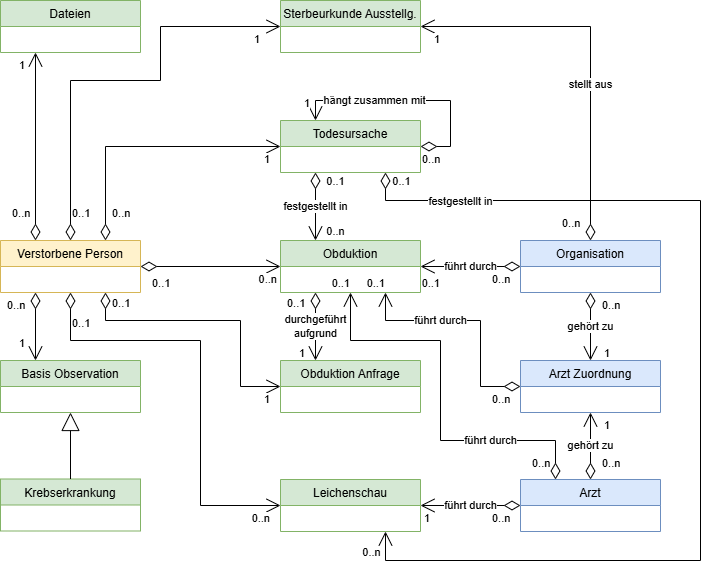
Before: Images/Infomodell.png, a diagram exported from draw.io (gematik/fhir-sterbefall). Source tidied: cells renumbered, new cells last; positions are measured from the earlier drawing's top-left corner, leaving out a move shared by most shapes. The source it was exported from:
```xml
<mxGraphModel>
  <root>
    <mxCell id="0" />
    <mxCell id="1" parent="0" />
    <mxCell id="2" value="Verstorbene Person" style="swimlane;fontStyle=0;horizontal=1;startSize=26;fillColor=#fff2cc;strokeColor=#d6b656;" parent="1" vertex="1">
      <mxGeometry y="240" width="140" height="52" as="geometry" />
    </mxCell>
    <mxCell id="3" style="edgeStyle=orthogonalEdgeStyle;rounded=0;jettySize=auto;html=1;exitX=0.75;exitY=1;exitDx=0;exitDy=0;entryX=0.75;entryY=1;entryDx=0;entryDy=0;startArrow=diamondThin;startFill=0;strokeColor=default;align=center;verticalAlign=middle;fontFamily=Helvetica;fontSize=11;fontColor=default;labelBackgroundColor=default;startSize=14;endArrow=open;endSize=12;" parent="1" edge="1" source="10" target="16">
      <mxGeometry relative="1" as="geometry">
        <Array as="points">
          <mxPoint x="385" y="200" />
          <mxPoint x="700" y="200" />
          <mxPoint x="700" y="560" />
          <mxPoint x="385" y="560" />
        </Array>
      </mxGeometry>
    </mxCell>
    <mxCell id="4" value="festgestellt in" style="edgeLabel;html=1;align=center;verticalAlign=middle;rounded=0;strokeColor=default;fontFamily=Helvetica;fontSize=11;fontColor=default;labelBackgroundColor=default;" parent="3" vertex="1">
      <mxGeometry x="-0.81" y="-3" relative="1" as="geometry">
        <mxPoint y="-3" as="offset" />
      </mxGeometry>
    </mxCell>
    <mxCell id="5" value="0..1" style="edgeLabel;html=1;align=center;verticalAlign=middle;" parent="3" vertex="1">
      <mxGeometry x="-0.97" y="-2" relative="1" as="geometry">
        <mxPoint x="17" y="-8" as="offset" />
      </mxGeometry>
    </mxCell>
    <mxCell id="6" value="0..n" style="edgeLabel;html=1;align=center;verticalAlign=middle;" parent="3" vertex="1">
      <mxGeometry x="0.96" y="2" relative="1" as="geometry">
        <mxPoint x="-13" as="offset" />
      </mxGeometry>
    </mxCell>
    <mxCell id="7" value="festgestellt in" style="edgeStyle=orthogonalEdgeStyle;rounded=0;jettySize=auto;html=1;exitX=0.25;exitY=1;exitDx=0;exitDy=0;entryX=0.25;entryY=0;entryDx=0;entryDy=0;strokeColor=default;align=center;verticalAlign=middle;fontFamily=Helvetica;fontSize=11;fontColor=default;labelBackgroundColor=default;startArrow=diamondThin;startFill=0;startSize=14;endArrow=open;endSize=12;" parent="1" edge="1" source="10" target="15">
      <mxGeometry relative="1" as="geometry" />
    </mxCell>
    <mxCell id="8" value="0..1" style="edgeLabel;html=1;align=center;verticalAlign=middle;" parent="7" vertex="1">
      <mxGeometry x="-0.47" y="-2" relative="1" as="geometry">
        <mxPoint x="21" y="-10" as="offset" />
      </mxGeometry>
    </mxCell>
    <mxCell id="9" value="0..n" style="edgeLabel;html=1;align=center;verticalAlign=middle;" parent="7" vertex="1">
      <mxGeometry x="0.71" y="-4" relative="1" as="geometry">
        <mxPoint x="23" as="offset" />
      </mxGeometry>
    </mxCell>
    <mxCell id="10" value="Todesursache" style="swimlane;fontStyle=0;horizontal=1;startSize=26;fillColor=#d5e8d4;strokeColor=#82b366;" parent="1" vertex="1">
      <mxGeometry x="280" y="120" width="140" height="52" as="geometry" />
    </mxCell>
    <mxCell id="11" value="Sterbeurkunde Ausstellg." style="swimlane;fontStyle=0;horizontal=1;startSize=26;fillColor=#d5e8d4;strokeColor=#82b366;" parent="1" vertex="1">
      <mxGeometry x="280" width="140" height="52" as="geometry" />
    </mxCell>
    <mxCell id="12" value="Organisation" style="swimlane;fontStyle=0;horizontal=1;startSize=26;fillColor=#dae8fc;strokeColor=#6c8ebf;" parent="1" vertex="1">
      <mxGeometry x="520" y="240" width="140" height="52" as="geometry" />
    </mxCell>
    <mxCell id="13" value="Krebserkrankung" style="swimlane;fontStyle=0;horizontal=1;startSize=26;fillColor=#d5e8d4;strokeColor=#82b366;" parent="1" vertex="1">
      <mxGeometry y="478.5" width="140" height="52" as="geometry" />
    </mxCell>
    <mxCell id="14" value="Obduktion Anfrage" style="swimlane;fontStyle=0;horizontal=1;startSize=26;fillColor=#d5e8d4;strokeColor=#82b366;" parent="1" vertex="1">
      <mxGeometry x="280" y="360" width="140" height="52" as="geometry" />
    </mxCell>
    <mxCell id="15" value="Obduktion" style="swimlane;fontStyle=0;horizontal=1;startSize=26;fillColor=#d5e8d4;strokeColor=#82b366;" parent="1" vertex="1">
      <mxGeometry x="280" y="240" width="140" height="52" as="geometry" />
    </mxCell>
    <mxCell id="16" value="Leichenschau" style="swimlane;fontStyle=0;horizontal=1;startSize=26;fillColor=#d5e8d4;strokeColor=#82b366;" parent="1" vertex="1">
      <mxGeometry x="280" y="479" width="140" height="52" as="geometry" />
    </mxCell>
    <mxCell id="17" value="Dateien" style="swimlane;fontStyle=0;horizontal=1;startSize=26;fillColor=#d5e8d4;strokeColor=#82b366;" parent="1" vertex="1">
      <mxGeometry width="140" height="52" as="geometry" />
    </mxCell>
    <mxCell id="18" value="Arzt Zuordnung" style="swimlane;fontStyle=0;horizontal=1;startSize=26;fillColor=#dae8fc;strokeColor=#6c8ebf;" parent="1" vertex="1">
      <mxGeometry x="520" y="360" width="140" height="52" as="geometry" />
    </mxCell>
    <mxCell id="19" value="Basis Observation" style="swimlane;fontStyle=0;horizontal=1;startSize=26;fillColor=#d5e8d4;strokeColor=#82b366;" parent="1" vertex="1">
      <mxGeometry y="360" width="140" height="52" as="geometry" />
    </mxCell>
    <mxCell id="20" value="Arzt" style="swimlane;fontStyle=0;horizontal=1;startSize=26;fillColor=#dae8fc;strokeColor=#6c8ebf;" parent="1" vertex="1">
      <mxGeometry x="520" y="479" width="140" height="52" as="geometry" />
    </mxCell>
    <mxCell id="21" style="endArrow=block;endSize=16;endFill=0;html=1;rounded=0;exitX=0.5;exitY=0;exitDx=0;exitDy=0;entryX=0.5;entryY=1;entryDx=0;entryDy=0;" parent="1" edge="1" source="13" target="19">
      <mxGeometry relative="1" as="geometry" />
    </mxCell>
    <mxCell id="22" style="endArrow=open;html=1;endSize=12;startArrow=diamondThin;startSize=14;startFill=0;edgeStyle=orthogonalEdgeStyle;rounded=0;exitX=0.25;exitY=1;exitDx=0;exitDy=0;entryX=0.25;entryY=0;entryDx=0;entryDy=0;" parent="1" edge="1" source="2" target="19">
      <mxGeometry relative="1" as="geometry" />
    </mxCell>
    <mxCell id="23" value="0..n" style="edgeLabel;html=1;align=left;verticalAlign=top;" parent="22" vertex="1">
      <mxGeometry x="-1" relative="1" as="geometry">
        <mxPoint x="-30" as="offset" />
      </mxGeometry>
    </mxCell>
    <mxCell id="24" value="1" style="edgeLabel;html=1;align=right;verticalAlign=top;" parent="22" vertex="1">
      <mxGeometry x="1" relative="1" as="geometry">
        <mxPoint x="-10" y="-30" as="offset" />
      </mxGeometry>
    </mxCell>
    <mxCell id="25" style="endArrow=open;html=1;endSize=12;startArrow=diamondThin;startSize=14;startFill=0;edgeStyle=orthogonalEdgeStyle;rounded=0;exitX=0.25;exitY=0;exitDx=0;exitDy=0;entryX=0.25;entryY=1;entryDx=0;entryDy=0;" parent="1" edge="1" source="2" target="17">
      <mxGeometry relative="1" as="geometry" />
    </mxCell>
    <mxCell id="26" value="0..n" style="edgeLabel;html=1;align=left;verticalAlign=top;" parent="25" vertex="1">
      <mxGeometry x="-1" relative="1" as="geometry">
        <mxPoint x="-25" y="-40" as="offset" />
      </mxGeometry>
    </mxCell>
    <mxCell id="27" value="1" style="edgeLabel;html=1;align=right;verticalAlign=top;" parent="25" vertex="1">
      <mxGeometry x="1" relative="1" as="geometry">
        <mxPoint x="-10" as="offset" />
      </mxGeometry>
    </mxCell>
    <mxCell id="28" style="endArrow=open;html=1;endSize=12;startArrow=diamondThin;startSize=14;startFill=0;edgeStyle=orthogonalEdgeStyle;rounded=0;exitX=0.5;exitY=0;exitDx=0;exitDy=0;entryX=0;entryY=0.5;entryDx=0;entryDy=0;" parent="1" edge="1" source="2" target="11">
      <mxGeometry relative="1" as="geometry">
        <Array as="points">
          <mxPoint x="70" y="80" />
          <mxPoint x="160" y="80" />
          <mxPoint x="160" y="26" />
        </Array>
      </mxGeometry>
    </mxCell>
    <mxCell id="29" value="0..1" style="edgeLabel;html=1;align=left;verticalAlign=top;" parent="28" vertex="1">
      <mxGeometry x="-1" relative="1" as="geometry">
        <mxPoint y="-40" as="offset" />
      </mxGeometry>
    </mxCell>
    <mxCell id="30" value="1" style="edgeLabel;html=1;align=right;verticalAlign=top;" parent="28" vertex="1">
      <mxGeometry x="1" relative="1" as="geometry">
        <mxPoint x="-20" as="offset" />
      </mxGeometry>
    </mxCell>
    <mxCell id="31" style="endArrow=open;html=1;endSize=12;startArrow=diamondThin;startSize=14;startFill=0;edgeStyle=orthogonalEdgeStyle;rounded=0;entryX=0;entryY=0.5;entryDx=0;entryDy=0;exitX=0.75;exitY=0;exitDx=0;exitDy=0;" parent="1" edge="1" source="2" target="10">
      <mxGeometry relative="1" as="geometry" />
    </mxCell>
    <mxCell id="32" value="0..n" style="edgeLabel;html=1;align=left;verticalAlign=top;" parent="31" vertex="1">
      <mxGeometry x="-1" relative="1" as="geometry">
        <mxPoint x="5" y="-40" as="offset" />
      </mxGeometry>
    </mxCell>
    <mxCell id="33" value="1" style="edgeLabel;html=1;align=right;verticalAlign=top;" parent="31" vertex="1">
      <mxGeometry x="1" relative="1" as="geometry">
        <mxPoint x="-10" as="offset" />
      </mxGeometry>
    </mxCell>
    <mxCell id="34" value="hängt zusammen mit" style="endArrow=open;html=1;endSize=12;startArrow=diamondThin;startSize=14;startFill=0;edgeStyle=orthogonalEdgeStyle;rounded=0;exitX=1;exitY=0.5;exitDx=0;exitDy=0;entryX=0.25;entryY=0;entryDx=0;entryDy=0;" parent="1" edge="1" source="10" target="10">
      <mxGeometry x="0.32" relative="1" as="geometry">
        <Array as="points">
          <mxPoint x="450" y="146" />
          <mxPoint x="450" y="100" />
          <mxPoint x="315" y="100" />
        </Array>
      </mxGeometry>
    </mxCell>
    <mxCell id="35" value="0..n" style="edgeLabel;html=1;align=left;verticalAlign=top;" parent="34" vertex="1">
      <mxGeometry x="-1" relative="1" as="geometry" />
    </mxCell>
    <mxCell id="36" value="1" style="edgeLabel;html=1;align=right;verticalAlign=top;" parent="34" vertex="1">
      <mxGeometry x="1" relative="1" as="geometry">
        <mxPoint x="-5" y="-30" as="offset" />
      </mxGeometry>
    </mxCell>
    <mxCell id="37" style="endArrow=open;html=1;endSize=12;startArrow=diamondThin;startSize=14;startFill=0;edgeStyle=orthogonalEdgeStyle;rounded=0;exitX=0.5;exitY=1;exitDx=0;exitDy=0;entryX=0;entryY=0.5;entryDx=0;entryDy=0;" parent="1" edge="1" source="2" target="16">
      <mxGeometry relative="1" as="geometry">
        <Array as="points">
          <mxPoint x="70" y="340" />
          <mxPoint x="200" y="340" />
          <mxPoint x="200" y="505" />
        </Array>
      </mxGeometry>
    </mxCell>
    <mxCell id="38" value="0..1" style="edgeLabel;html=1;align=left;verticalAlign=top;" parent="37" vertex="1">
      <mxGeometry x="-1" relative="1" as="geometry">
        <mxPoint y="18" as="offset" />
      </mxGeometry>
    </mxCell>
    <mxCell id="39" value="0..n" style="edgeLabel;html=1;align=right;verticalAlign=top;" parent="37" vertex="1">
      <mxGeometry x="1" relative="1" as="geometry">
        <mxPoint x="-10" as="offset" />
      </mxGeometry>
    </mxCell>
    <mxCell id="40" style="endArrow=open;html=1;endSize=12;startArrow=diamondThin;startSize=14;startFill=0;edgeStyle=orthogonalEdgeStyle;rounded=0;entryX=0;entryY=0.5;entryDx=0;entryDy=0;exitX=0.75;exitY=1;exitDx=0;exitDy=0;" parent="1" edge="1" source="2" target="14">
      <mxGeometry relative="1" as="geometry">
        <Array as="points">
          <mxPoint x="105" y="320" />
          <mxPoint x="240" y="320" />
          <mxPoint x="240" y="386" />
        </Array>
      </mxGeometry>
    </mxCell>
    <mxCell id="41" value="0..1" style="edgeLabel;html=1;align=left;verticalAlign=top;" parent="40" vertex="1">
      <mxGeometry x="-1" relative="1" as="geometry">
        <mxPoint x="5" y="-2" as="offset" />
      </mxGeometry>
    </mxCell>
    <mxCell id="42" value="1" style="edgeLabel;html=1;align=right;verticalAlign=top;" parent="40" vertex="1">
      <mxGeometry x="1" relative="1" as="geometry">
        <mxPoint x="-10" as="offset" />
      </mxGeometry>
    </mxCell>
    <mxCell id="43" style="endArrow=open;html=1;endSize=12;startArrow=diamondThin;startSize=14;startFill=0;edgeStyle=orthogonalEdgeStyle;rounded=0;entryX=0;entryY=0.5;entryDx=0;entryDy=0;exitX=1;exitY=0.5;exitDx=0;exitDy=0;" parent="1" edge="1" source="2" target="15">
      <mxGeometry relative="1" as="geometry" />
    </mxCell>
    <mxCell id="44" value="0..1" style="edgeLabel;html=1;align=left;verticalAlign=top;" parent="43" vertex="1">
      <mxGeometry x="-1" relative="1" as="geometry">
        <mxPoint x="10" y="4" as="offset" />
      </mxGeometry>
    </mxCell>
    <mxCell id="45" value="0..n&amp;nbsp;" style="edgeLabel;html=1;align=right;verticalAlign=top;" parent="43" vertex="1">
      <mxGeometry x="1" relative="1" as="geometry" />
    </mxCell>
    <mxCell id="46" value="durchgeführt&lt;br&gt;aufgrund" style="endArrow=open;html=1;endSize=12;startArrow=diamondThin;startSize=14;startFill=0;edgeStyle=orthogonalEdgeStyle;rounded=0;exitX=0.25;exitY=1;exitDx=0;exitDy=0;entryX=0.25;entryY=0;entryDx=0;entryDy=0;" parent="1" edge="1" source="15" target="14">
      <mxGeometry relative="1" as="geometry" />
    </mxCell>
    <mxCell id="47" value="0..1" style="edgeLabel;html=1;align=left;verticalAlign=top;" parent="46" vertex="1">
      <mxGeometry x="-1" relative="1" as="geometry">
        <mxPoint x="-30" y="-2" as="offset" />
      </mxGeometry>
    </mxCell>
    <mxCell id="48" value="1" style="edgeLabel;html=1;align=right;verticalAlign=top;" parent="46" vertex="1">
      <mxGeometry x="1" relative="1" as="geometry">
        <mxPoint x="-10" y="-20" as="offset" />
      </mxGeometry>
    </mxCell>
    <mxCell id="49" value="stellt aus" style="endArrow=open;html=1;endSize=12;startArrow=diamondThin;startSize=14;startFill=0;edgeStyle=orthogonalEdgeStyle;rounded=0;entryX=1;entryY=0.5;entryDx=0;entryDy=0;exitX=0.5;exitY=0;exitDx=0;exitDy=0;" parent="1" edge="1" source="12" target="11">
      <mxGeometry x="-0.19" relative="1" as="geometry" />
    </mxCell>
    <mxCell id="50" value="0..n" style="edgeLabel;html=1;align=left;verticalAlign=top;" parent="49" vertex="1">
      <mxGeometry x="-1" relative="1" as="geometry">
        <mxPoint x="-30" y="-30" as="offset" />
      </mxGeometry>
    </mxCell>
    <mxCell id="51" value="1" style="edgeLabel;html=1;align=right;verticalAlign=top;" parent="49" vertex="1">
      <mxGeometry x="1" relative="1" as="geometry">
        <mxPoint x="20" as="offset" />
      </mxGeometry>
    </mxCell>
    <mxCell id="52" value="führt durch" style="endArrow=open;html=1;endSize=12;startArrow=diamondThin;startSize=14;startFill=0;edgeStyle=orthogonalEdgeStyle;rounded=0;exitX=0;exitY=0.5;exitDx=0;exitDy=0;entryX=1;entryY=0.5;entryDx=0;entryDy=0;" parent="1" edge="1" source="20" target="16">
      <mxGeometry relative="1" as="geometry" />
    </mxCell>
    <mxCell id="53" value="0..n" style="edgeLabel;html=1;align=left;verticalAlign=top;" parent="52" vertex="1">
      <mxGeometry x="-1" relative="1" as="geometry">
        <mxPoint x="-30" as="offset" />
      </mxGeometry>
    </mxCell>
    <mxCell id="54" value="1" style="edgeLabel;html=1;align=right;verticalAlign=top;" parent="52" vertex="1">
      <mxGeometry x="1" relative="1" as="geometry">
        <mxPoint x="10" as="offset" />
      </mxGeometry>
    </mxCell>
    <mxCell id="55" value="führt durch" style="endArrow=open;html=1;endSize=12;startArrow=diamondThin;startSize=14;startFill=0;edgeStyle=orthogonalEdgeStyle;rounded=0;entryX=0.5;entryY=1;entryDx=0;entryDy=0;exitX=0.25;exitY=0;exitDx=0;exitDy=0;" parent="1" edge="1" source="20" target="15">
      <mxGeometry x="-0.47" relative="1" as="geometry">
        <Array as="points">
          <mxPoint x="555" y="440" />
          <mxPoint x="440" y="440" />
          <mxPoint x="440" y="340" />
          <mxPoint x="350" y="340" />
        </Array>
      </mxGeometry>
    </mxCell>
    <mxCell id="56" value="0..n" style="edgeLabel;html=1;align=left;verticalAlign=top;" parent="55" vertex="1">
      <mxGeometry x="-1" relative="1" as="geometry">
        <mxPoint x="-25" y="-29" as="offset" />
      </mxGeometry>
    </mxCell>
    <mxCell id="57" value="0..1" style="edgeLabel;html=1;align=right;verticalAlign=top;" parent="55" vertex="1">
      <mxGeometry x="1" relative="1" as="geometry">
        <mxPoint y="-22" as="offset" />
      </mxGeometry>
    </mxCell>
    <mxCell id="58" value="führt durch" style="endArrow=open;html=1;endSize=12;startArrow=diamondThin;startSize=14;startFill=0;edgeStyle=orthogonalEdgeStyle;rounded=0;exitX=0;exitY=0.5;exitDx=0;exitDy=0;entryX=0.75;entryY=1;entryDx=0;entryDy=0;" parent="1" edge="1" source="18" target="15">
      <mxGeometry x="0.28" relative="1" as="geometry">
        <Array as="points">
          <mxPoint x="480" y="386" />
          <mxPoint x="480" y="320" />
          <mxPoint x="385" y="320" />
        </Array>
      </mxGeometry>
    </mxCell>
    <mxCell id="59" value="0..n" style="edgeLabel;html=1;align=left;verticalAlign=top;" parent="58" vertex="1">
      <mxGeometry x="-1" relative="1" as="geometry">
        <mxPoint x="-30" as="offset" />
      </mxGeometry>
    </mxCell>
    <mxCell id="60" value="0..1" style="edgeLabel;html=1;align=right;verticalAlign=top;" parent="58" vertex="1">
      <mxGeometry x="1" relative="1" as="geometry">
        <mxPoint y="-22" as="offset" />
      </mxGeometry>
    </mxCell>
    <mxCell id="61" value="führt durch" style="endArrow=open;html=1;endSize=12;startArrow=diamondThin;startSize=14;startFill=0;edgeStyle=orthogonalEdgeStyle;rounded=0;exitX=0;exitY=0.5;exitDx=0;exitDy=0;entryX=1;entryY=0.5;entryDx=0;entryDy=0;" parent="1" edge="1" source="12" target="15">
      <mxGeometry relative="1" as="geometry" />
    </mxCell>
    <mxCell id="62" value="0..n" style="edgeLabel;html=1;align=left;verticalAlign=top;" parent="61" vertex="1">
      <mxGeometry x="-1" relative="1" as="geometry">
        <mxPoint x="-30" as="offset" />
      </mxGeometry>
    </mxCell>
    <mxCell id="63" value="0..1" style="edgeLabel;html=1;align=right;verticalAlign=top;" parent="61" vertex="1">
      <mxGeometry x="1" relative="1" as="geometry">
        <mxPoint x="20" y="4" as="offset" />
      </mxGeometry>
    </mxCell>
    <mxCell id="64" value="gehört zu" style="endArrow=open;html=1;endSize=12;startArrow=diamondThin;startSize=14;startFill=0;edgeStyle=orthogonalEdgeStyle;rounded=0;exitX=0.5;exitY=1;exitDx=0;exitDy=0;entryX=0.5;entryY=0;entryDx=0;entryDy=0;" parent="1" edge="1" source="12" target="18">
      <mxGeometry relative="1" as="geometry" />
    </mxCell>
    <mxCell id="65" value="0..n" style="edgeLabel;html=1;align=left;verticalAlign=top;" parent="64" vertex="1">
      <mxGeometry x="-1" relative="1" as="geometry">
        <mxPoint x="10" as="offset" />
      </mxGeometry>
    </mxCell>
    <mxCell id="66" value="1" style="edgeLabel;html=1;align=right;verticalAlign=top;" parent="64" vertex="1">
      <mxGeometry x="1" relative="1" as="geometry">
        <mxPoint x="20" y="-20" as="offset" />
      </mxGeometry>
    </mxCell>
    <mxCell id="67" value="gehört zu" style="endArrow=open;html=1;endSize=12;startArrow=diamondThin;startSize=14;startFill=0;edgeStyle=orthogonalEdgeStyle;rounded=0;exitX=0.5;exitY=0;exitDx=0;exitDy=0;entryX=0.5;entryY=1;entryDx=0;entryDy=0;" parent="1" edge="1" source="20" target="18">
      <mxGeometry relative="1" as="geometry" />
    </mxCell>
    <mxCell id="68" value="0..n" style="edgeLabel;html=1;align=left;verticalAlign=top;" parent="67" vertex="1">
      <mxGeometry x="-1" relative="1" as="geometry">
        <mxPoint x="10" y="-29" as="offset" />
      </mxGeometry>
    </mxCell>
    <mxCell id="69" value="1" style="edgeLabel;html=1;align=right;verticalAlign=top;" parent="67" vertex="1">
      <mxGeometry x="1" relative="1" as="geometry">
        <mxPoint x="20" as="offset" />
      </mxGeometry>
    </mxCell>
  </root>
</mxGraphModel>
```
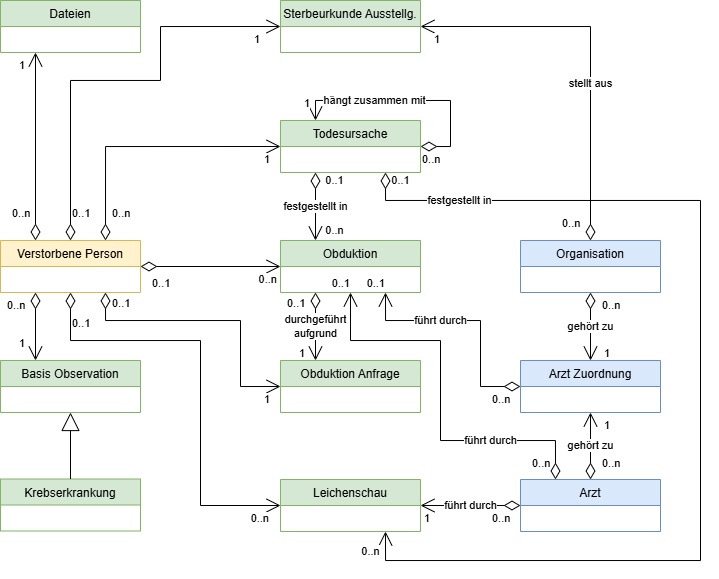
After the change.

The edit, as a diff of the source:
```diff
@@ -281,19 +281,6 @@
         <mxPoint y="-22" as="offset" />
       </mxGeometry>
     </mxCell>
-    <mxCell id="61" value="führt durch" style="endArrow=open;html=1;endSize=12;startArrow=diamondThin;startSize=14;startFill=0;edgeStyle=orthogonalEdgeStyle;rounded=0;exitX=0;exitY=0.5;exitDx=0;exitDy=0;entryX=1;entryY=0.5;entryDx=0;entryDy=0;" parent="1" edge="1" source="12" target="15">
-      <mxGeometry relative="1" as="geometry" />
-    </mxCell>
-    <mxCell id="62" value="0..n" style="edgeLabel;html=1;align=left;verticalAlign=top;" parent="61" vertex="1">
-      <mxGeometry x="-1" relative="1" as="geometry">
-        <mxPoint x="-30" as="offset" />
-      </mxGeometry>
-    </mxCell>
-    <mxCell id="63" value="0..1" style="edgeLabel;html=1;align=right;verticalAlign=top;" parent="61" vertex="1">
-      <mxGeometry x="1" relative="1" as="geometry">
-        <mxPoint x="20" y="4" as="offset" />
-      </mxGeometry>
-    </mxCell>
     <mxCell id="64" value="gehört zu" style="endArrow=open;html=1;endSize=12;startArrow=diamondThin;startSize=14;startFill=0;edgeStyle=orthogonalEdgeStyle;rounded=0;exitX=0.5;exitY=1;exitDx=0;exitDy=0;entryX=0.5;entryY=0;entryDx=0;entryDy=0;" parent="1" edge="1" source="12" target="18">
       <mxGeometry relative="1" as="geometry" />
     </mxCell>
```
